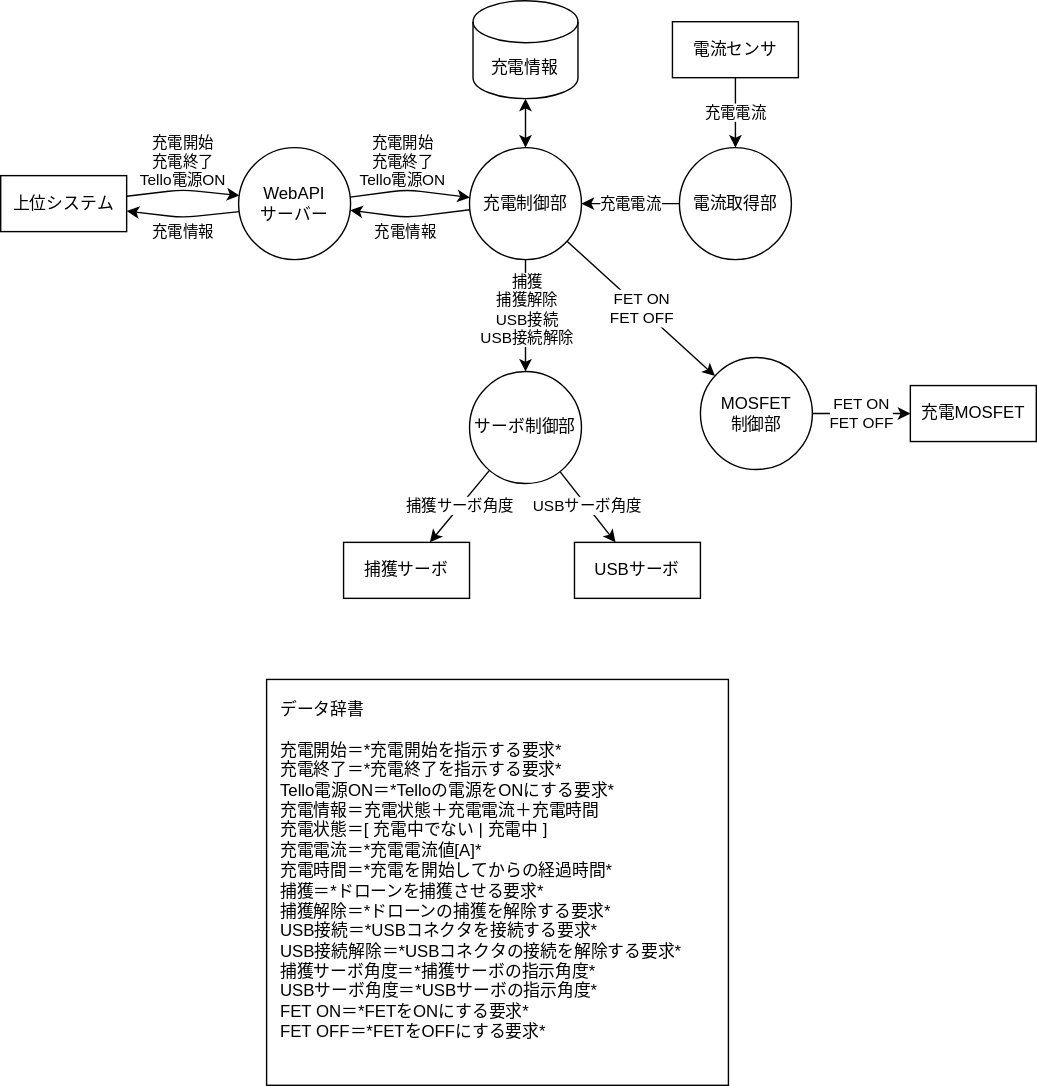
mi83ki/tello-charger keeps this draw.io diagram as doc/design/img/DFD0.drawio.svg. Above is the earlier version. Source tidied: cells renumbered, new cells last; positions are measured from the earlier drawing's top-left corner, leaving out a move shared by most shapes.
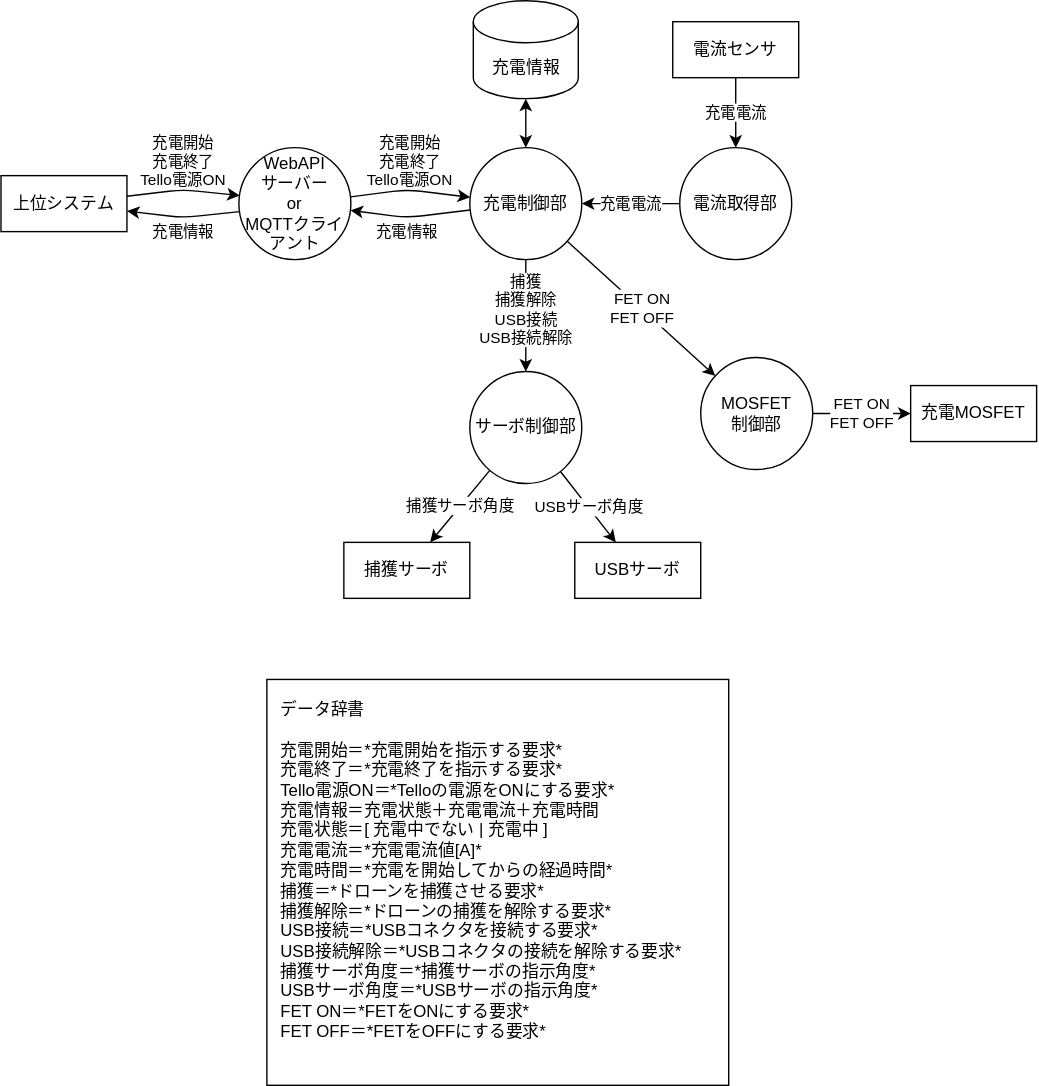
After the commit.

Commit message:
Add MQTT communication specification and diagram

Change to the diagram source:
```diff
@@ -54,7 +54,7 @@
         </Array>
       </mxGeometry>
     </mxCell>
-    <mxCell id="14" value="WebAPI&lt;br&gt;サーバー" style="ellipse;whiteSpace=wrap;html=1;" parent="1" vertex="1">
+    <mxCell id="14" value="WebAPI&lt;br&gt;サーバー&lt;div&gt;or&lt;/div&gt;&lt;div&gt;MQTTクライアント&lt;/div&gt;" style="ellipse;whiteSpace=wrap;html=1;" parent="1" vertex="1">
       <mxGeometry x="170" y="105" width="80" height="80" as="geometry" />
     </mxCell>
     <mxCell id="15" value="充電電流" style="edgeStyle=none;html=1;startArrow=none;startFill=0;" parent="1" edge="1" source="16" target="24">
```
